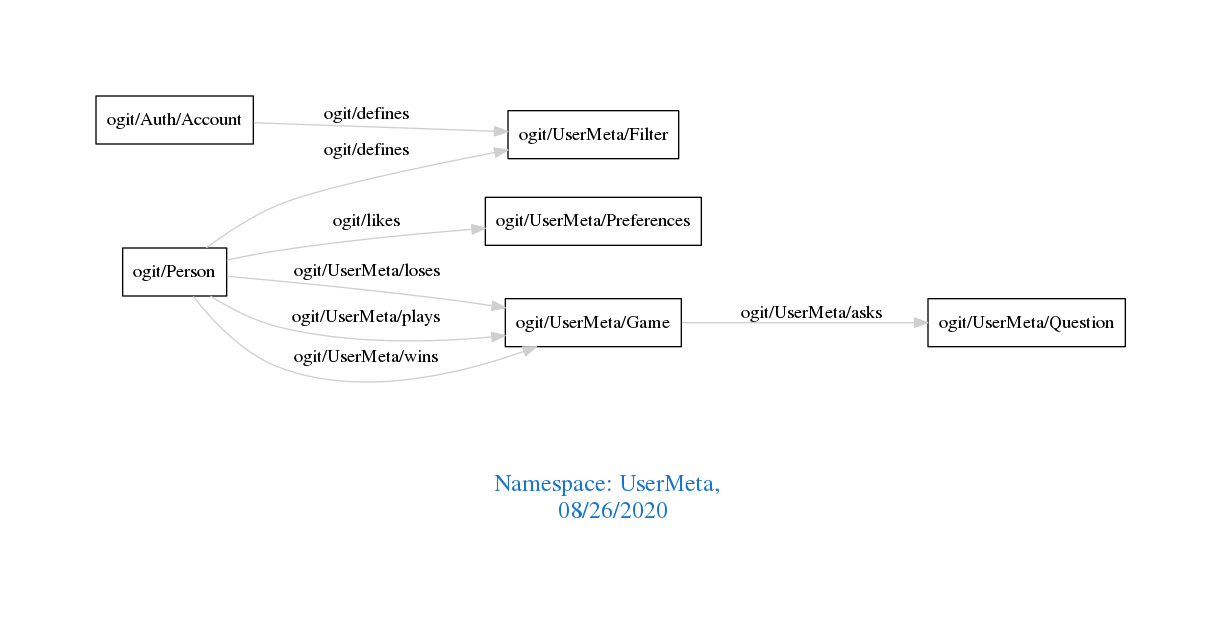
This is downloads/UserMeta.png from arago/OGIT, a Graphviz export, as it was before one commit. Its source is kept beside it as downloads/UserMeta.dot.
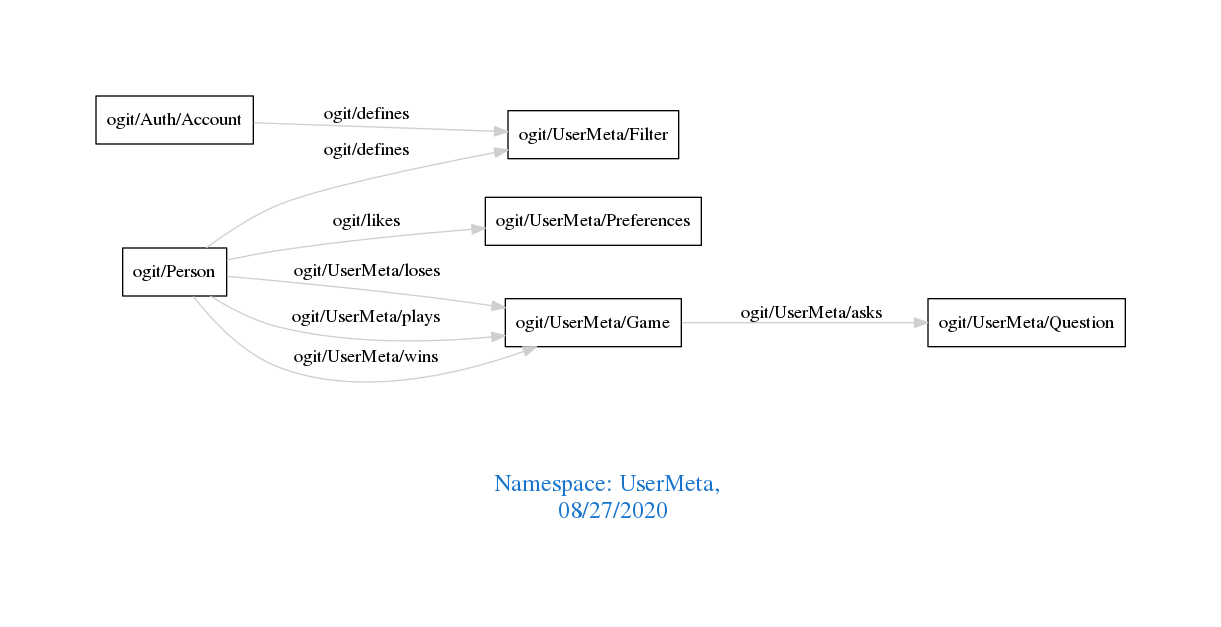
Later version of the same file.

What changed in the source:
```diff
@@ -1,7 +1,7 @@
 digraph OGIT_ontology {
  graph [ rankdir= LR,pad=1
 fontsize = 18,
-fontcolor= dodgerblue3,label = "\n\n\nNamespace: UserMeta, \n 08/26/2020"];
+fontcolor= dodgerblue3,label = "\n\n\nNamespace: UserMeta, \n 08/27/2020"];
 node[shape=polygon];
 edge [  color="gray81"];
 
```
